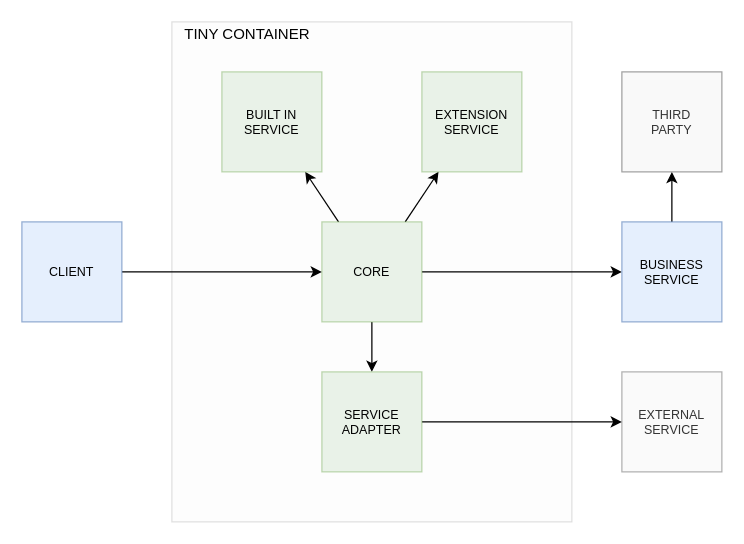
Earlier version of the draw.io diagram page "Container Services" (2 of 12) of docs/container.drawio (js-lib-com/tiny-container). Source tidied: cells renumbered, new cells numbered last; positions are measured from the earlier drawing's top-left corner, leaving out a move shared by most shapes. Both pictures are drawn from the tidied source at 125%, with x=0, y=0 at pixel (21, 21).
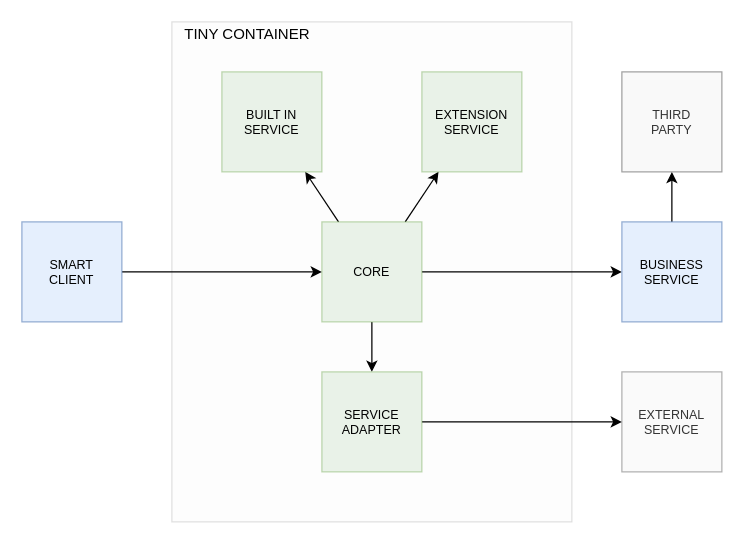
Above is the later version.

What changed in the source:
```diff
@@
 <mxGraphModel>
   <root>
     <mxCell id="0" />
     <mxCell id="1" parent="0" />
     <mxCell id="2" style="rounded=0;whiteSpace=wrap;html=1;fontSize=12;opacity=20;fillColor=#f5f5f5;strokeColor=#666666;fontColor=#333333;" parent="1" vertex="1">
       <mxGeometry x="120" width="320" height="400" as="geometry" />
     </mxCell>
     <mxCell id="3" style="edgeStyle=orthogonalEdgeStyle;rounded=0;jettySize=auto;html=1;" parent="1" edge="1" source="7" target="12">
       <mxGeometry relative="1" as="geometry" />
     </mxCell>
     <mxCell id="4" style="edgeStyle=orthogonalEdgeStyle;rounded=0;jettySize=auto;html=1;" parent="1" edge="1" source="7" target="9">
       <mxGeometry relative="1" as="geometry" />
     </mxCell>
     <mxCell id="5" style="rounded=0;jettySize=auto;html=1;" parent="1" edge="1" source="7" target="15">
       <mxGeometry relative="1" as="geometry" />
     </mxCell>
     <mxCell id="6" style="rounded=0;jettySize=auto;html=1;" parent="1" edge="1" source="7" target="16">
       <mxGeometry relative="1" as="geometry" />
     </mxCell>
     <mxCell id="7" value="CORE" style="whiteSpace=wrap;html=1;fontSize=10;fillColor=#d5e8d4;strokeColor=#82b366;opacity=50;" parent="1" vertex="1">
       <mxGeometry x="240" y="160" width="80" height="80" as="geometry" />
     </mxCell>
     <mxCell id="8" style="edgeStyle=orthogonalEdgeStyle;rounded=0;jettySize=auto;html=1;" parent="1" edge="1" source="9" target="18">
       <mxGeometry relative="1" as="geometry" />
     </mxCell>
     <mxCell id="9" value="BUSINESS&lt;br&gt;SERVICE" style="whiteSpace=wrap;html=1;fontSize=10;fillColor=#dae8fc;strokeColor=#6c8ebf;opacity=70;" parent="1" vertex="1">
       <mxGeometry x="480" y="160" width="80" height="80" as="geometry" />
     </mxCell>
     <mxCell id="10" value="EXTERNAL&lt;br&gt;SERVICE" style="whiteSpace=wrap;html=1;fontSize=10;fillColor=#f5f5f5;strokeColor=#666666;fontColor=#333333;opacity=50;" parent="1" vertex="1">
       <mxGeometry x="480" y="280" width="80" height="80" as="geometry" />
     </mxCell>
     <mxCell id="11" style="edgeStyle=orthogonalEdgeStyle;rounded=0;jettySize=auto;html=1;" parent="1" edge="1" source="12" target="10">
       <mxGeometry relative="1" as="geometry" />
     </mxCell>
     <mxCell id="12" value="SERVICE&lt;br&gt;ADAPTER" style="whiteSpace=wrap;html=1;fontSize=10;fillColor=#d5e8d4;strokeColor=#82b366;opacity=50;" parent="1" vertex="1">
       <mxGeometry x="240" y="280" width="80" height="80" as="geometry" />
     </mxCell>
     <mxCell id="13" style="edgeStyle=orthogonalEdgeStyle;rounded=0;jettySize=auto;html=1;" parent="1" edge="1" source="14" target="7">
       <mxGeometry relative="1" as="geometry" />
     </mxCell>
-    <mxCell id="14" value="CLIENT" style="whiteSpace=wrap;html=1;fontSize=10;fillColor=#dae8fc;strokeColor=#6c8ebf;opacity=70;" parent="1" vertex="1">
+    <mxCell id="14" value="SMART&lt;br&gt;CLIENT" style="whiteSpace=wrap;html=1;fontSize=10;fillColor=#dae8fc;strokeColor=#6c8ebf;opacity=70;" parent="1" vertex="1">
       <mxGeometry y="160" width="80" height="80" as="geometry" />
     </mxCell>
     <mxCell id="15" value="BUILT IN&lt;br&gt;SERVICE" style="whiteSpace=wrap;html=1;fontSize=10;fillColor=#d5e8d4;strokeColor=#82b366;opacity=50;" parent="1" vertex="1">
       <mxGeometry x="160" y="40" width="80" height="80" as="geometry" />
     </mxCell>
     <mxCell id="16" value="EXTENSION&lt;br&gt;SERVICE" style="whiteSpace=wrap;html=1;fontSize=10;fillColor=#d5e8d4;strokeColor=#82b366;opacity=50;" parent="1" vertex="1">
       <mxGeometry x="320" y="40" width="80" height="80" as="geometry" />
     </mxCell>
     <mxCell id="17" value="TINY CONTAINER" style="text;html=1;align=center;verticalAlign=middle;strokeColor=none;fillColor=none;fontSize=12;" parent="1" vertex="1">
       <mxGeometry x="120" width="120" height="20" as="geometry" />
     </mxCell>
     <mxCell id="18" value="THIRD&lt;br&gt;PARTY" style="whiteSpace=wrap;html=1;fontSize=10;fillColor=#f5f5f5;strokeColor=#666666;fontColor=#333333;opacity=60;" parent="1" vertex="1">
       <mxGeometry x="480" y="40" width="80" height="80" as="geometry" />
     </mxCell>
   </root>
 </mxGraphModel>
```
